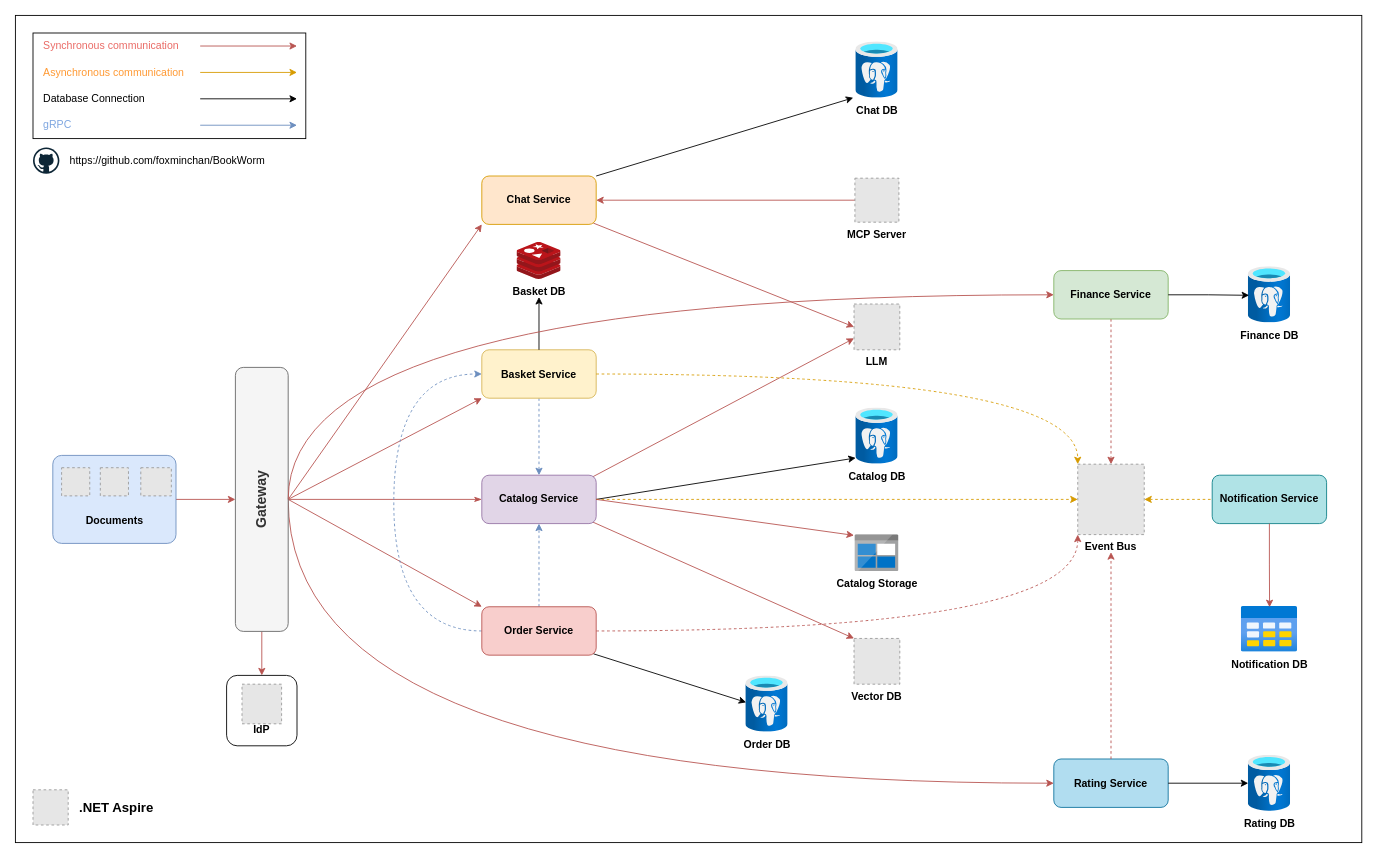
foxminchan/BookWorm keeps this draw.io diagram as assets/BookWorm.drawio. Above is the earlier version. Source tidied: cells renumbered, new cells numbered last; positions are measured from the earlier drawing's top-left corner, leaving out a move shared by most shapes. Both pictures are drawn from the tidied source at 88%, with x=0, y=0 at pixel (15, 15). Pictures stored in the file or linked from it are replaced by grey dashed boxes.
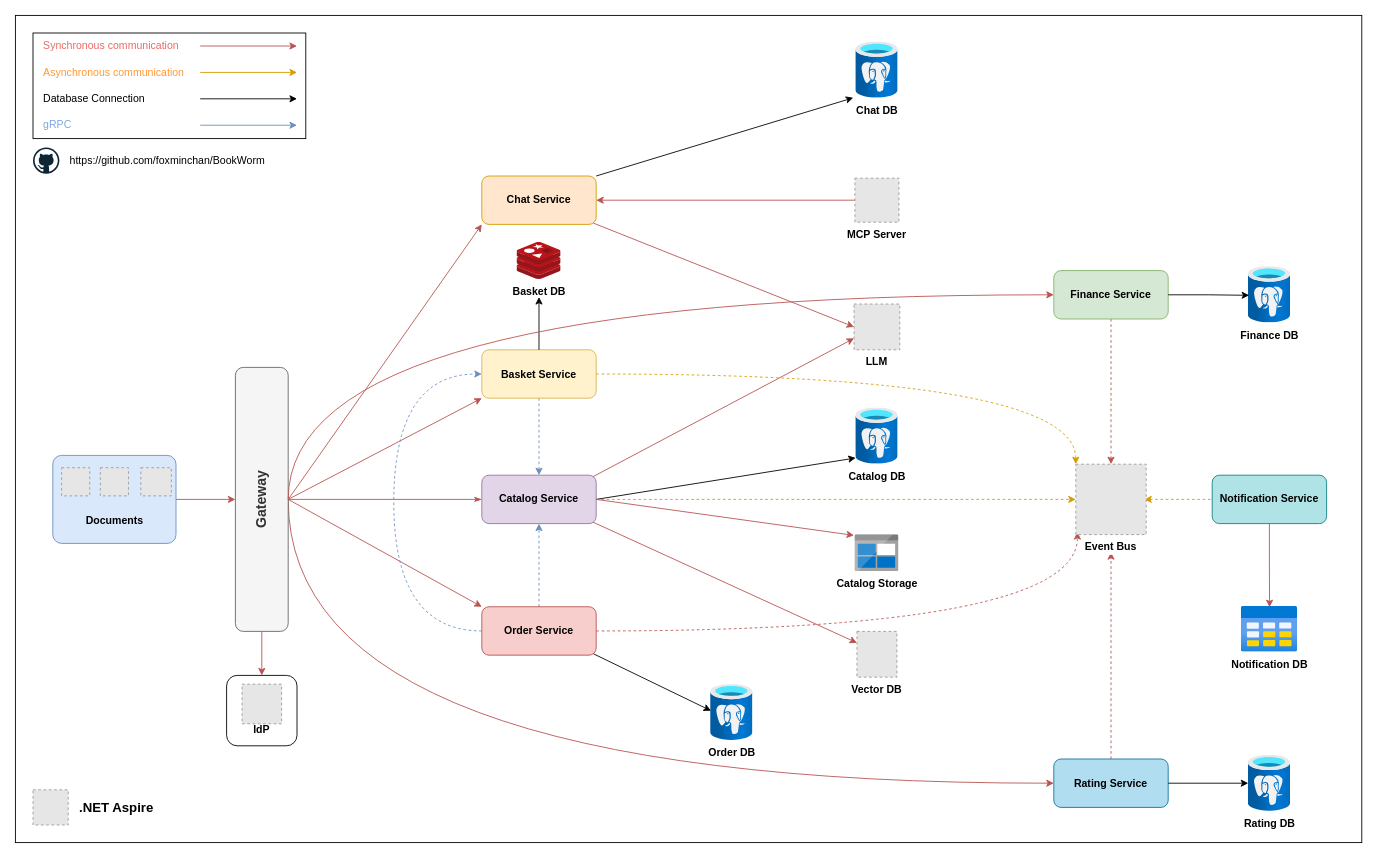
The same diagram, later.

Commit message (it also covers changes not shown here):
docs: update architecture diagram to reflect recent changes in system design

Unchanged cells that the change refers to:
```xml
<mxCell id="12" value="Catalog Service" style="rounded=1;whiteSpace=wrap;html=1;fontStyle=1;fillColor=#e1d5e7;strokeColor=#9673a6;" parent="1" vertex="1">
  <mxGeometry x="530" y="522.5" width="130" height="55" as="geometry" />
</mxCell>
<mxCell id="28" value="Finance Service" style="rounded=1;whiteSpace=wrap;html=1;fontStyle=1;fillColor=#d5e8d4;strokeColor=#82b366;" parent="1" vertex="1">
  <mxGeometry x="1180" y="290" width="130" height="55" as="geometry" />
</mxCell>
<mxCell id="37" value="Notification Service" style="rounded=1;whiteSpace=wrap;html=1;fontStyle=1;fillColor=#b0e3e6;strokeColor=#0e8088;" parent="1" vertex="1">
  <mxGeometry x="1360" y="522.5" width="130" height="55" as="geometry" />
</mxCell>
<mxCell id="57" value="Order Service" style="rounded=1;whiteSpace=wrap;html=1;fontStyle=1;fillColor=#f8cecc;strokeColor=#b85450;" parent="1" vertex="1">
  <mxGeometry x="530" y="672" width="130" height="55" as="geometry" />
</mxCell>
```

Diff of the diagram source:
```diff
@@
-    <mxCell id="10" style="rounded=0;jettySize=auto;html=1;exitX=0.972;exitY=0.97;exitDx=0;exitDy=0;entryX=0;entryY=0;entryDx=0;entryDy=0;fillColor=#f8cecc;strokeColor=#b85450;exitPerimeter=0;" parent="1" edge="1" source="12" target="34">
+    <mxCell id="10" style="rounded=0;jettySize=auto;html=1;exitX=0.972;exitY=0.97;exitDx=0;exitDy=0;entryX=0;entryY=0.25;entryDx=0;entryDy=0;fillColor=#f8cecc;strokeColor=#b85450;exitPerimeter=0;" parent="1" edge="1" source="12" target="34">
       <mxGeometry relative="1" as="geometry" />
     </mxCell>
@@
     <mxCell id="22" value="Order DB" style="image;html=1;points=[];align=center;fontSize=12;image=img/lib/azure2/databases/Azure_Database_PostgreSQL_Server.svg;fontStyle=1;" parent="1" vertex="1">
-      <mxGeometry x="830" y="750.5" width="48" height="64" as="geometry" />
+      <mxGeometry x="790" y="760" width="48" height="64" as="geometry" />
     </mxCell>
@@
-    <mxCell id="26" style="rounded=0;jettySize=auto;html=1;exitX=1;exitY=0.5;exitDx=0;exitDy=0;fillColor=#f8cecc;strokeColor=#b85450;dashed=1;edgeStyle=orthogonalEdgeStyle;curved=1;entryX=0;entryY=1;entryDx=0;entryDy=0;" parent="1" edge="1" source="57" target="39">
+    <mxCell id="26" style="rounded=0;jettySize=auto;html=1;exitX=1;exitY=0.5;exitDx=0;exitDy=0;fillColor=#f8cecc;strokeColor=#b85450;dashed=1;edgeStyle=orthogonalEdgeStyle;curved=1;entryX=0.023;entryY=0.965;entryDx=0;entryDy=0;entryPerimeter=0;" parent="1" edge="1" source="57" target="39">
       <mxGeometry relative="1" as="geometry" />
     </mxCell>
-    <mxCell id="27" style="edgeStyle=orthogonalEdgeStyle;rounded=0;jettySize=auto;html=1;fillColor=#f8cecc;strokeColor=#b85450;dashed=1;exitX=0.5;exitY=1;exitDx=0;exitDy=0;entryX=0.5;entryY=0;entryDx=0;entryDy=0;" parent="1" edge="1" source="28" target="39">
-      <mxGeometry relative="1" as="geometry" />
+    <mxCell id="27" style="edgeStyle=orthogonalEdgeStyle;rounded=0;jettySize=auto;html=1;fillColor=#f8cecc;strokeColor=#b85450;dashed=1;exitX=0.5;exitY=1;exitDx=0;exitDy=0;entryX=0.5;entryY=0;entryDx=0;entryDy=0;" parent="1" edge="1" source="28">
+      <mxGeometry relative="1" as="geometry">
+        <mxPoint x="1245" y="510" as="targetPoint" />
+      </mxGeometry>
     </mxCell>
@@
-    <mxCell id="34" value="Vector DB" style="fillColor=#E6E6E6;strokeColor=#999999;dashed=1;verticalLabelPosition=bottom;labelBackgroundColor=default;verticalAlign=top;fontStyle=1;" parent="1" vertex="1">
-      <mxGeometry x="953" y="708" width="52" height="52" as="geometry" />
-    </mxCell>
@@
-    <mxCell id="38" style="endArrow=none;html=1;rounded=0;entryX=0;entryY=0.5;entryDx=0;entryDy=0;exitX=1;exitY=0.5;exitDx=0;exitDy=0;startArrow=classic;startFill=1;fillColor=#ffe6cc;strokeColor=#d79b00;dashed=1;" parent="1" edge="1" source="39" target="37">
-      <mxGeometry relative="1" as="geometry" />
+    <mxCell id="38" style="endArrow=none;html=1;rounded=0;entryX=0;entryY=0.5;entryDx=0;entryDy=0;exitX=1;exitY=0.5;exitDx=0;exitDy=0;startArrow=classic;startFill=1;fillColor=#ffe6cc;strokeColor=#d79b00;dashed=1;" parent="1" edge="1" target="37">
+      <mxGeometry relative="1" as="geometry">
+        <mxPoint x="1282.8" y="550" as="sourcePoint" />
+      </mxGeometry>
     </mxCell>
-    <mxCell id="39" value="Event Bus" style="fillColor=#E6E6E6;strokeColor=#999999;dashed=1;verticalLabelPosition=bottom;labelBackgroundColor=default;verticalAlign=top;fontStyle=1;" parent="1" vertex="1">
-      <mxGeometry x="1207.2" y="510" width="75.6" height="80" as="geometry" />
-    </mxCell>
@@
+    <mxCell id="34" value="Vector DB" style="fillColor=#E6E6E6;strokeColor=#999999;dashed=1;verticalLabelPosition=bottom;labelBackgroundColor=default;verticalAlign=top;fontStyle=1;" parent="1" vertex="1">
+      <mxGeometry x="956.3" y="700" width="45.4" height="52" as="geometry" />
+    </mxCell>
+    <mxCell id="39" value="Event Bus" style="fillColor=#E6E6E6;strokeColor=#999999;dashed=1;verticalLabelPosition=bottom;labelBackgroundColor=default;verticalAlign=top;fontStyle=1;" parent="1" vertex="1">
+      <mxGeometry x="1205" y="510" width="80" height="80" as="geometry" />
+    </mxCell>
```
